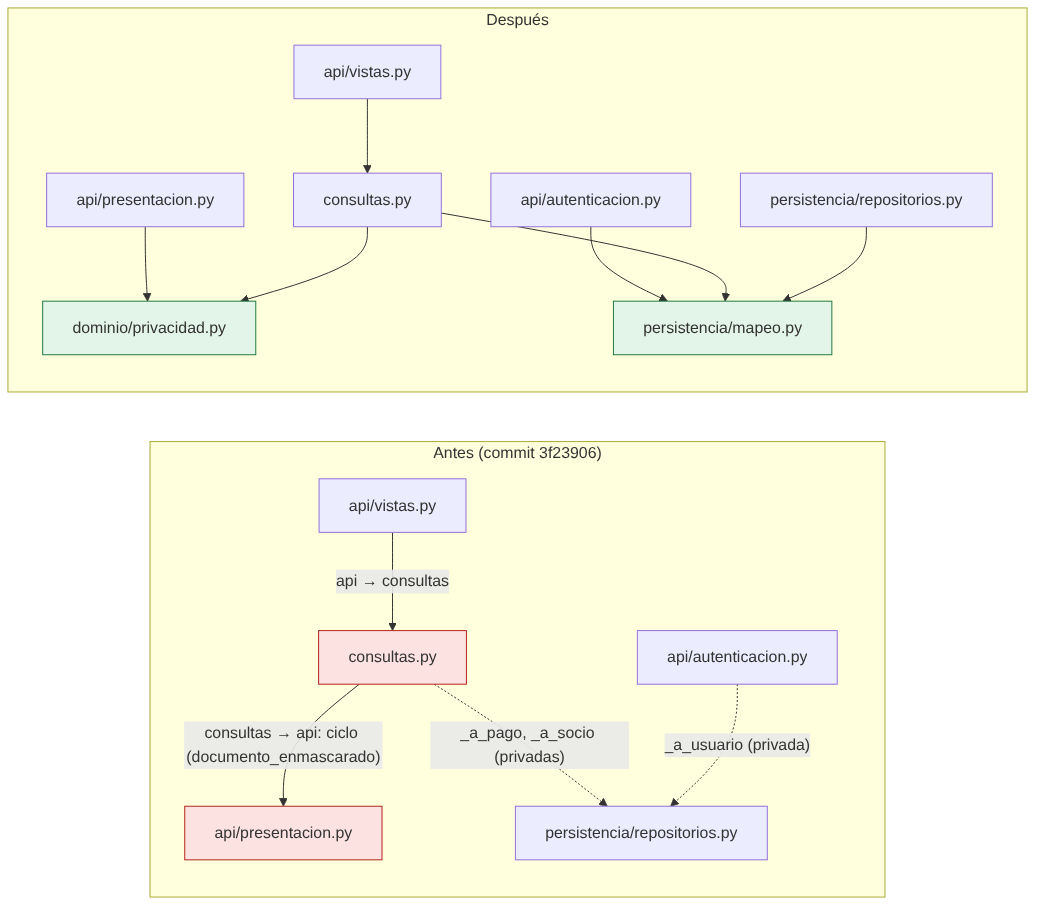
Before: docs/sw3/g07/capas_antes_despues.png, a diagram exported from Mermaid (GAMERO29/FitManage). Its source is kept beside it as docs/sw3/g07/capas_antes_despues.mmd. Its diagram source:
```mermaid
flowchart LR
  subgraph Antes["Antes (commit 3f23906)"]
    direction TB
    V1["api/vistas.py"] -- "api → consultas" --> C1["consultas.py"]
    C1 -- "consultas → api: ciclo (documento_enmascarado)" --> P1["api/presentacion.py"]
    A1["api/autenticacion.py"] -. "_a_usuario (privada)" .-> R1["persistencia/repositorios.py"]
    C1 -. "_a_pago, _a_socio (privadas)" .-> R1
  end
  subgraph Despues["Después"]
    direction TB
    V2["api/vistas.py"] --> C2["consultas.py"]
    P2["api/presentacion.py"] --> D2["dominio/privacidad.py"]
    C2 --> D2
    A2["api/autenticacion.py"] --> M2["persistencia/mapeo.py"]
    C2 --> M2
    R2["persistencia/repositorios.py"] --> M2
  end
  style P1 fill:#fde2e2,stroke:#b42318
  style C1 fill:#fde2e2,stroke:#b42318
  style D2 fill:#e3f4e8,stroke:#1f7a3f
  style M2 fill:#e3f4e8,stroke:#1f7a3f
```
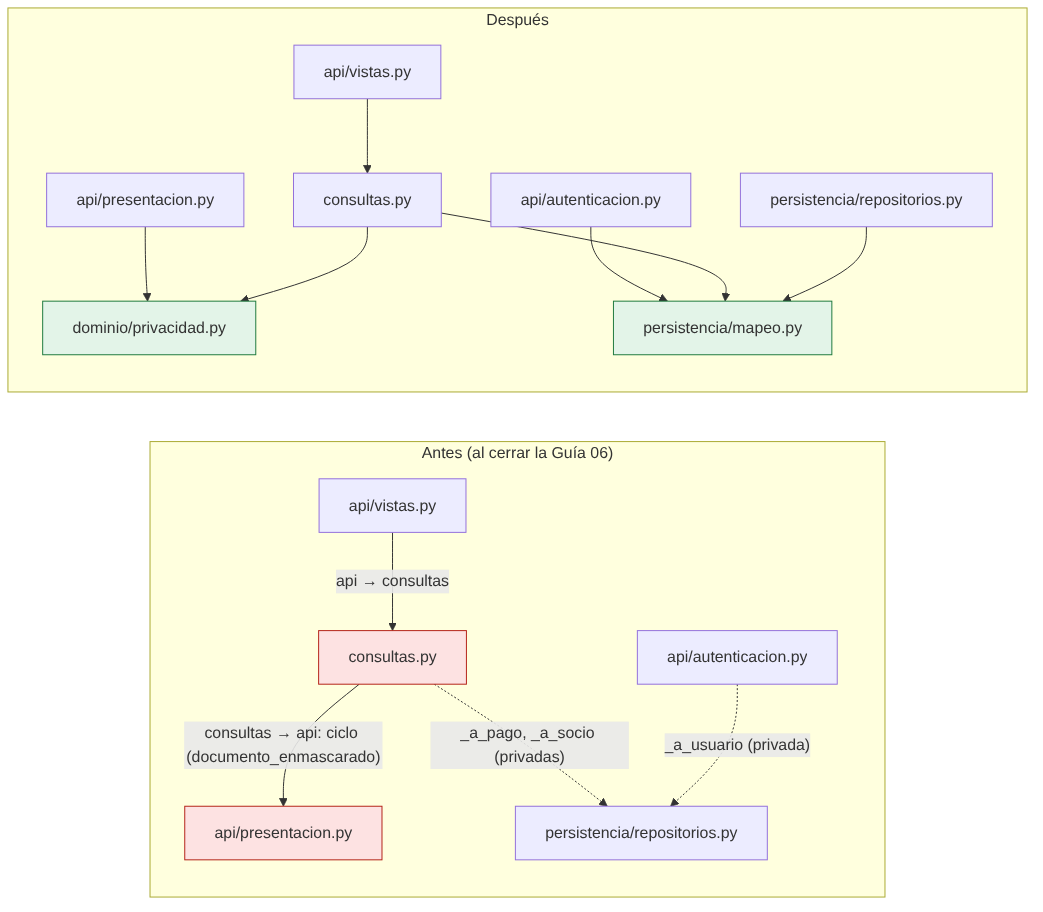
Above is the later version.

Diff of the diagram source:
```diff
@@ -1,5 +1,5 @@
 flowchart LR
-  subgraph Antes["Antes (commit 3f23906)"]
+  subgraph Antes["Antes (al cerrar la Guía 06)"]
     direction TB
     V1["api/vistas.py"] -- "api → consultas" --> C1["consultas.py"]
     C1 -- "consultas → api: ciclo (documento_enmascarado)" --> P1["api/presentacion.py"]
```
